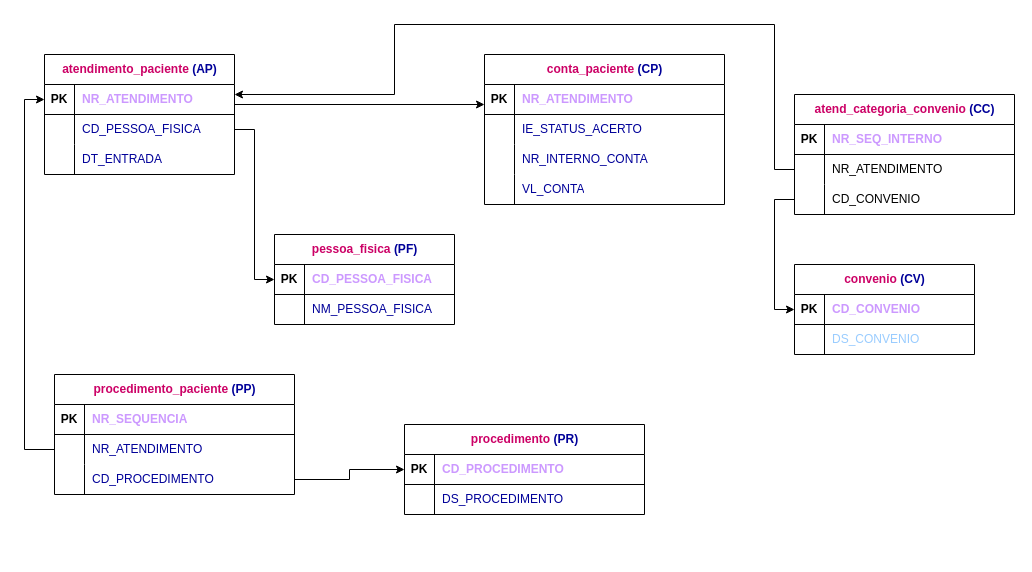
This is Exercício13.drawio from PatriciaGavloski/diagramas.sql, a draw.io file, before an edit. Source tidied: cells renumbered, new cells numbered last; positions are measured from the earlier drawing's top-left corner, leaving out a move shared by most shapes. Both pictures are drawn from the tidied source at 100%, with x=0, y=0 at pixel (44, 24).
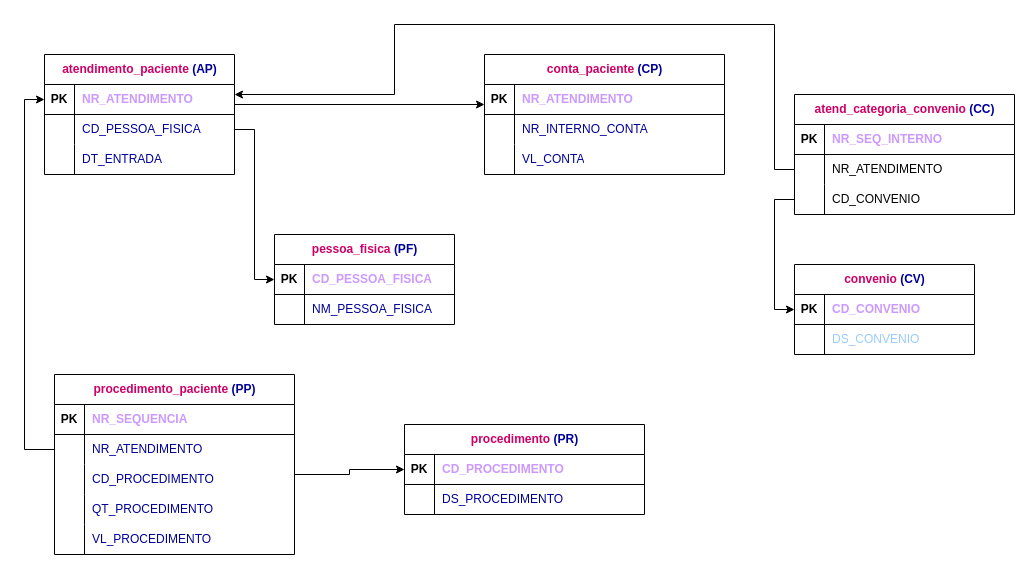
After the change.

The change refers to these unchanged cells:
```xml
<mxCell id="54" style="shape=tableRow;horizontal=0;startSize=0;swimlaneHead=0;swimlaneBody=0;fillColor=none;points=[[0,0.5],[1,0.5]];portConstraint=eastwest;top=0;left=0;right=0;bottom=1;" parent="53" vertex="1">
  <mxGeometry y="30" width="240" height="30" as="geometry" />
</mxCell>
<mxCell id="67" style="shape=tableRow;horizontal=0;startSize=0;swimlaneHead=0;swimlaneBody=0;fillColor=none;points=[[0,0.5],[1,0.5]];portConstraint=eastwest;top=0;left=0;right=0;bottom=0;" parent="60" vertex="1">
  <mxGeometry y="90" width="240" height="30" as="geometry" />
</mxCell>
```

Diff of the diagram source:
```diff
@@
     <mxCell id="2" value="&lt;font color=&quot;#cc0066&quot;&gt;conta_paciente&lt;/font&gt;&lt;font color=&quot;#000099&quot;&gt; (CP)&lt;/font&gt;" style="shape=table;startSize=30;childLayout=tableLayout;rowLines=0;fontStyle=1;align=center;html=1;" parent="1" vertex="1">
-      <mxGeometry x="440" y="30" width="240" height="150" as="geometry" />
+      <mxGeometry x="440" y="30" width="240" height="120" as="geometry" />
     </mxCell>
@@
-    <mxCell id="6" style="shape=tableRow;horizontal=0;startSize=0;swimlaneHead=0;swimlaneBody=0;fillColor=none;top=0;left=0;right=0;bottom=0;" parent="2" vertex="1">
-      <mxGeometry y="60" width="240" height="30" as="geometry" />
-    </mxCell>
-    <mxCell id="7" style="shape=partialRectangle;fillColor=none;top=0;left=0;bottom=0;right=0;overflow=hidden;whiteSpace=wrap;html=1;" parent="6" vertex="1">
-      <mxGeometry width="30" height="30" as="geometry" />
-    </mxCell>
-    <mxCell id="8" value="&lt;font color=&quot;#000099&quot;&gt;IE_STATUS_ACERTO&lt;/font&gt;" style="shape=partialRectangle;fillColor=none;top=0;left=0;bottom=0;right=0;align=left;spacingLeft=6;overflow=hidden;whiteSpace=wrap;html=1;" parent="6" vertex="1">
-      <mxGeometry x="30" width="210" height="30" as="geometry" />
-    </mxCell>
     <mxCell id="9" style="shape=tableRow;horizontal=0;startSize=0;swimlaneHead=0;swimlaneBody=0;fillColor=none;top=0;left=0;right=0;bottom=0;" parent="2" vertex="1">
-      <mxGeometry y="90" width="240" height="30" as="geometry" />
+      <mxGeometry y="60" width="240" height="30" as="geometry" />
     </mxCell>
@@
     <mxCell id="12" style="shape=tableRow;horizontal=0;startSize=0;swimlaneHead=0;swimlaneBody=0;fillColor=none;top=0;left=0;right=0;bottom=0;" parent="2" vertex="1">
-      <mxGeometry y="120" width="240" height="30" as="geometry" />
+      <mxGeometry y="90" width="240" height="30" as="geometry" />
     </mxCell>
@@
-    <mxCell id="60" value="&lt;font color=&quot;#cc0066&quot;&gt;procedimento_paciente&amp;nbsp;&lt;/font&gt;&lt;font color=&quot;#000099&quot;&gt;(PP)&lt;/font&gt;" style="shape=table;startSize=30;childLayout=tableLayout;rowLines=0;fontStyle=1;align=center;html=1;" parent="1" vertex="1">
-      <mxGeometry x="10" y="350" width="240" height="120" as="geometry" />
+    <mxCell id="60" value="&lt;font color=&quot;#cc0066&quot;&gt;procedimento_paciente &lt;/font&gt;&lt;font color=&quot;#000099&quot;&gt;(PP)&lt;/font&gt;" style="shape=table;startSize=30;childLayout=tableLayout;rowLines=0;fontStyle=1;align=center;html=1;" parent="1" vertex="1">
+      <mxGeometry x="10" y="350" width="240" height="180" as="geometry" />
     </mxCell>
@@
+    <mxCell id="72" style="shape=tableRow;horizontal=0;startSize=0;swimlaneHead=0;swimlaneBody=0;fillColor=none;top=0;left=0;right=0;bottom=0;" parent="60" vertex="1">
+      <mxGeometry y="120" width="240" height="30" as="geometry" />
+    </mxCell>
+    <mxCell id="73" style="shape=partialRectangle;fillColor=none;top=0;left=0;bottom=0;right=0;overflow=hidden;whiteSpace=wrap;html=1;" parent="72" vertex="1">
+      <mxGeometry width="30" height="30" as="geometry" />
+    </mxCell>
+    <mxCell id="74" value="QT_PROCEDIMENTO" style="shape=partialRectangle;fillColor=none;top=0;left=0;bottom=0;right=0;align=left;spacingLeft=6;overflow=hidden;whiteSpace=wrap;html=1;fontColor=#000099;" parent="72" vertex="1">
+      <mxGeometry x="30" width="210" height="30" as="geometry" />
+    </mxCell>
+    <mxCell id="75" style="shape=tableRow;horizontal=0;startSize=0;swimlaneHead=0;swimlaneBody=0;fillColor=none;top=0;left=0;right=0;bottom=0;" parent="60" vertex="1">
+      <mxGeometry y="150" width="240" height="30" as="geometry" />
+    </mxCell>
+    <mxCell id="76" style="shape=partialRectangle;fillColor=none;top=0;left=0;bottom=0;right=0;overflow=hidden;whiteSpace=wrap;html=1;" parent="75" vertex="1">
+      <mxGeometry width="30" height="30" as="geometry" />
+    </mxCell>
+    <mxCell id="77" value="VL_PROCEDIMENTO" style="shape=partialRectangle;fillColor=none;top=0;left=0;bottom=0;right=0;align=left;spacingLeft=6;overflow=hidden;whiteSpace=wrap;html=1;fontColor=#000099;" parent="75" vertex="1">
+      <mxGeometry x="30" width="210" height="30" as="geometry" />
+    </mxCell>
@@
     <mxCell id="71" style="edgeStyle=orthogonalEdgeStyle;rounded=0;jettySize=auto;html=1;exitX=1;exitY=0.5;exitDx=0;exitDy=0;entryX=0;entryY=0.5;entryDx=0;entryDy=0;" parent="1" edge="1" source="67" target="54">
-      <mxGeometry relative="1" as="geometry" />
+      <mxGeometry relative="1" as="geometry">
+        <Array as="points">
+          <mxPoint x="250" y="450" />
+          <mxPoint x="305" y="450" />
+          <mxPoint x="305" y="445" />
+        </Array>
+      </mxGeometry>
     </mxCell>
```
